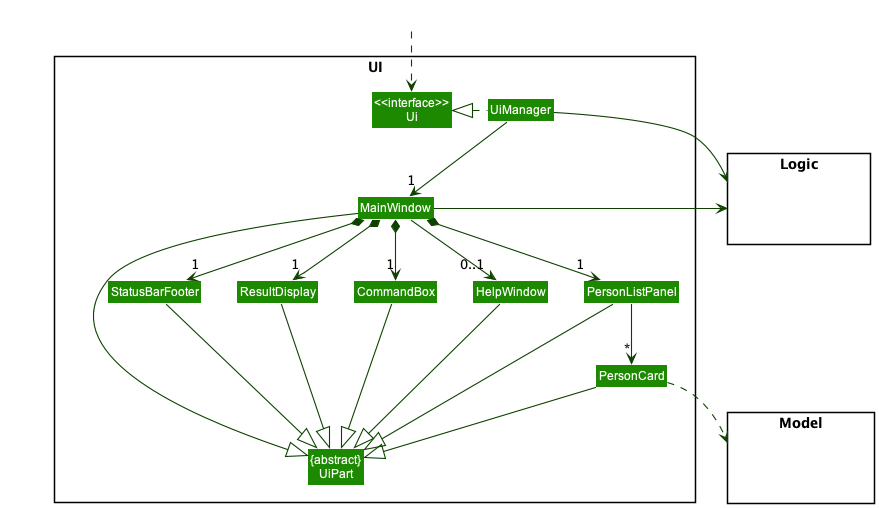
nus-cs2103-AY2223S1/tp keeps this PlantUML diagram as docs/images/dg/UiClassDiagram.png. Above is the earlier version. Source of this version:
```plantuml
@startuml
!include style.puml
skinparam arrowThickness 1.1
skinparam arrowColor UI_COLOR_T4
skinparam classBackgroundColor UI_COLOR

package UI <<Rectangle>>{
Class "<<interface>>\nUi" as Ui
Class "{abstract}\nUiPart" as UiPart
Class UiManager
Class MainWindow
Class HelpWindow
Class ResultDisplay
Class PersonListPanel
Class PersonCard
Class StatusBarFooter
Class CommandBox
}

package Model <<Rectangle>> {
Class HiddenModel #FFFFFF
}

package Logic <<Rectangle>> {
Class HiddenLogic #FFFFFF
}

Class HiddenOutside #FFFFFF
HiddenOutside ..> Ui

UiManager .left.|> Ui
UiManager -down-> "1" MainWindow
MainWindow *-down->  "1" CommandBox
MainWindow *-down-> "1" ResultDisplay
MainWindow *-down-> "1" PersonListPanel
MainWindow *-down-> "1" StatusBarFooter
MainWindow --> "0..1" HelpWindow

PersonListPanel -down-> "*" PersonCard

MainWindow -left-|> UiPart

ResultDisplay --|> UiPart
CommandBox --|> UiPart
PersonListPanel --|> UiPart
PersonCard --|> UiPart
StatusBarFooter --|> UiPart
HelpWindow --|> UiPart

PersonCard ..> Model
UiManager -right-> Logic
MainWindow -left-> Logic

PersonListPanel -[hidden]left- HelpWindow
HelpWindow -[hidden]left- CommandBox
CommandBox -[hidden]left- ResultDisplay
ResultDisplay -[hidden]left- StatusBarFooter

MainWindow -[hidden]-|> UiPart
@enduml
```
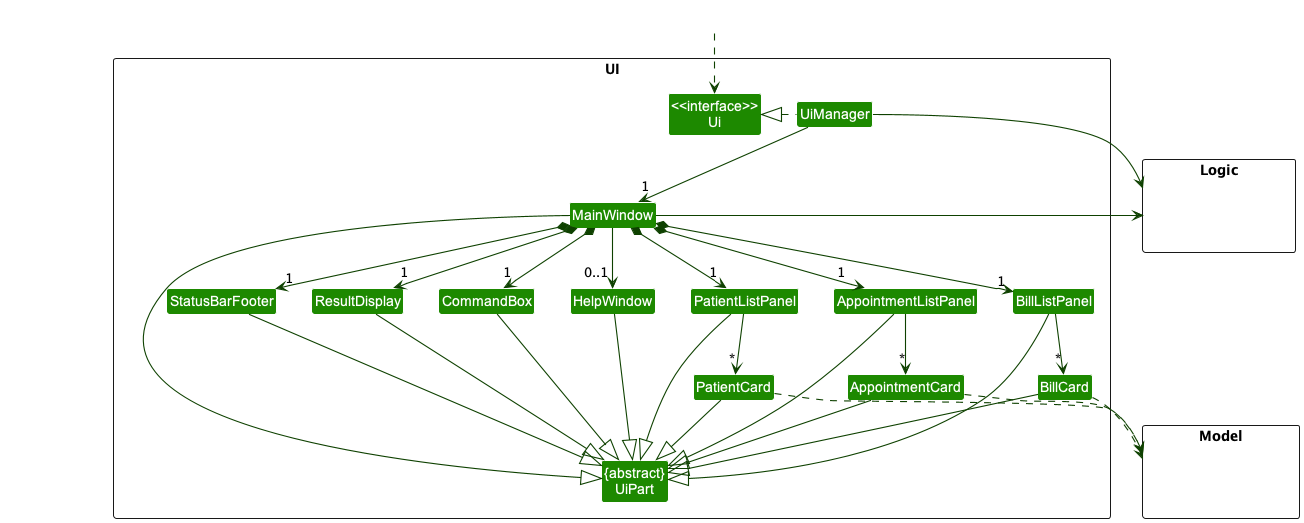
The same file after the commit.

Diff of the diagram source:
```diff
@@ -11,8 +11,12 @@
 Class MainWindow
 Class HelpWindow
 Class ResultDisplay
-Class PersonListPanel
-Class PersonCard
+Class PatientListPanel
+Class AppointmentListPanel
+Class BillListPanel
+Class PatientCard
+Class AppointmentCard
+Class BillCard
 Class StatusBarFooter
 Class CommandBox
 }
@@ -32,26 +36,36 @@
 UiManager -down-> "1" MainWindow
 MainWindow *-down->  "1" CommandBox
 MainWindow *-down-> "1" ResultDisplay
-MainWindow *-down-> "1" PersonListPanel
+MainWindow *-down-> "1" PatientListPanel
+MainWindow *-down-> "1" AppointmentListPanel
+MainWindow *-down-> "1" BillListPanel
 MainWindow *-down-> "1" StatusBarFooter
 MainWindow --> "0..1" HelpWindow
 
-PersonListPanel -down-> "*" PersonCard
+PatientListPanel -down-> "*" PatientCard
+AppointmentListPanel -down-> "*" AppointmentCard
+BillListPanel -down-> "*" BillCard
 
 MainWindow -left-|> UiPart
 
 ResultDisplay --|> UiPart
 CommandBox --|> UiPart
-PersonListPanel --|> UiPart
-PersonCard --|> UiPart
+PatientListPanel --|> UiPart
+PatientCard --|> UiPart
+BillListPanel --|> UiPart
+BillCard --|> UiPart
+AppointmentListPanel --|> UiPart
+AppointmentCard --|> UiPart
 StatusBarFooter --|> UiPart
 HelpWindow --|> UiPart
 
-PersonCard ..> Model
+PatientCard .down.> Model
+AppointmentCard .down.> Model
+BillCard .down.> Model
 UiManager -right-> Logic
 MainWindow -left-> Logic
 
-PersonListPanel -[hidden]left- HelpWindow
+PatientListPanel -[hidden]left- HelpWindow
 HelpWindow -[hidden]left- CommandBox
 CommandBox -[hidden]left- ResultDisplay
 ResultDisplay -[hidden]left- StatusBarFooter
```
